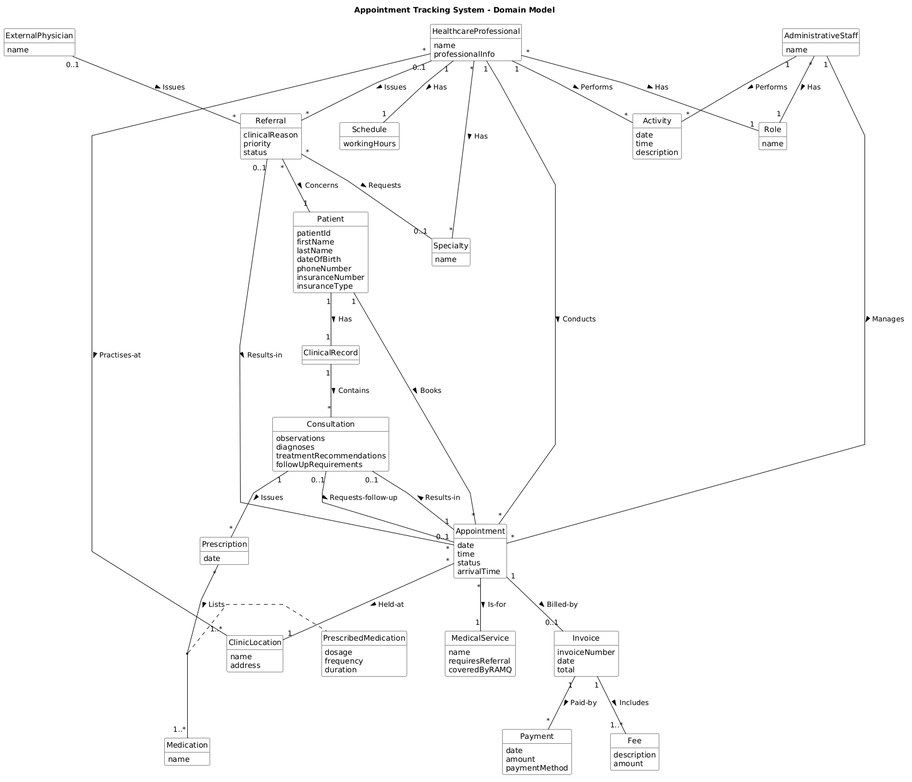
Earlier version of the PlantUML export artifacts/domain_model.png (Adambench/Soen-342-Project).
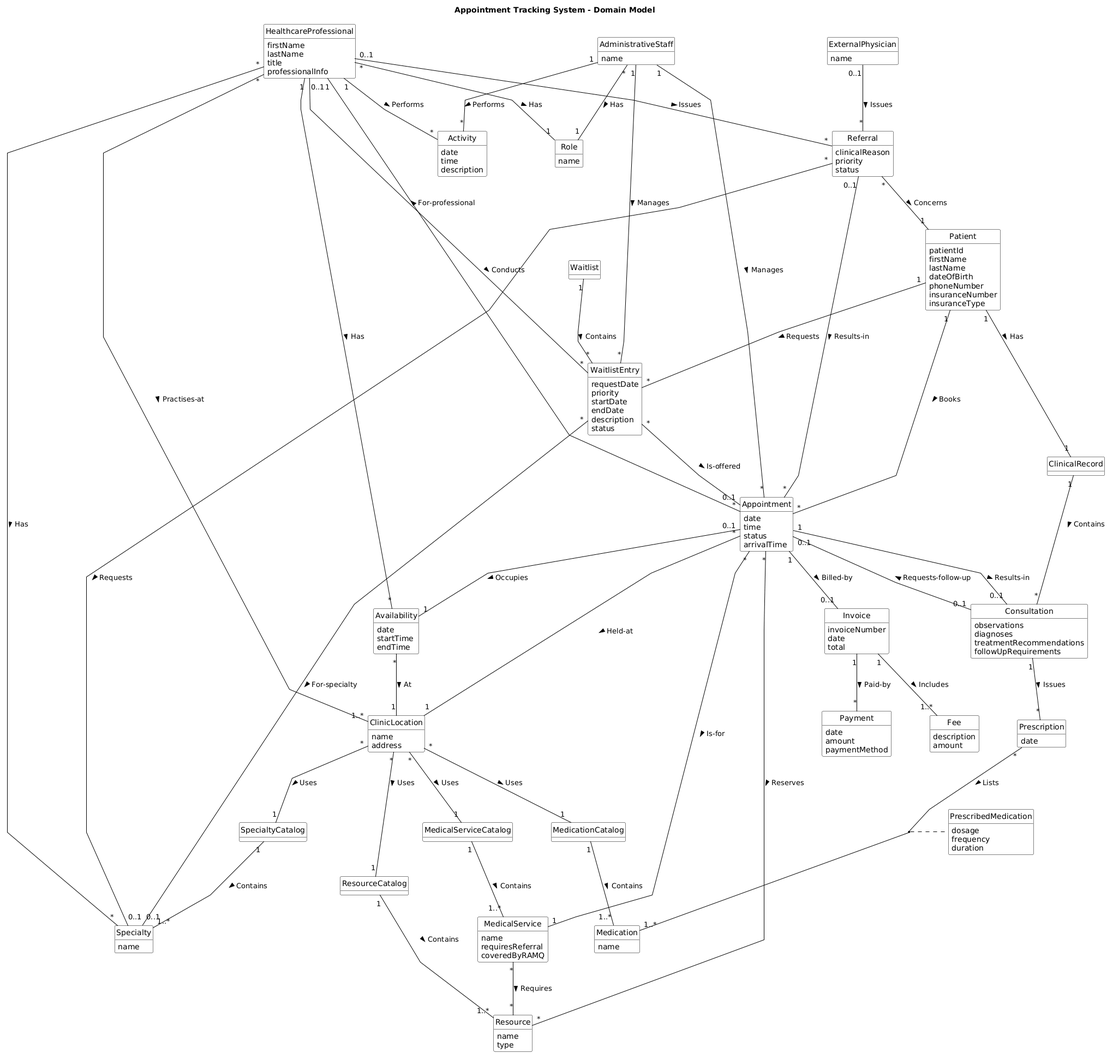
After the commit.

Change to the diagram source:
```diff
@@ -24,7 +24,9 @@
 }
 
 class HealthcareProfessional {
-  name
+  firstName
+  lastName
+  title
   professionalInfo
 }
 
@@ -45,8 +47,10 @@
   address
 }
 
-class Schedule {
-  workingHours
+class Availability {
+  date
+  startTime
+  endTime
 }
 
 class MedicalService {
@@ -108,6 +112,27 @@
   paymentMethod
 }
 
+class MedicalServiceCatalog
+class MedicationCatalog
+class SpecialtyCatalog
+class ResourceCatalog
+
+class Resource {
+  name
+  type
+}
+
+class Waitlist
+
+class WaitlistEntry {
+  requestDate
+  priority
+  startDate
+  endDate
+  description
+  status
+}
+
 class Role {
   name
 }
@@ -126,7 +151,9 @@
 
 HealthcareProfessional "*" -- "1..*" ClinicLocation : Practises-at >
 HealthcareProfessional "*" -- "*" Specialty : Has >
-HealthcareProfessional "1" -- "1" Schedule : Has >
+HealthcareProfessional "1" -- "*" Availability : Has >
+Availability "*" -- "1" ClinicLocation : At >
+Appointment "0..1" -- "1" Availability : Occupies >
 
 Appointment "1" -- "0..1" Consultation : Results-in >
 Patient "1" -- "1" ClinicalRecord : Has >
@@ -150,4 +177,23 @@
 AdministrativeStaff "*" -- "1" Role : Has >
 HealthcareProfessional "1" -- "*" Activity : Performs >
 AdministrativeStaff "1" -- "*" Activity : Performs >
+
+ClinicLocation "*" -- "1" MedicalServiceCatalog : Uses >
+ClinicLocation "*" -- "1" MedicationCatalog : Uses >
+ClinicLocation "*" -- "1" SpecialtyCatalog : Uses >
+ClinicLocation "*" -- "1" ResourceCatalog : Uses >
+MedicalServiceCatalog "1" -- "1..*" MedicalService : Contains >
+MedicationCatalog "1" -- "1..*" Medication : Contains >
+SpecialtyCatalog "1" -- "1..*" Specialty : Contains >
+ResourceCatalog "1" -- "1..*" Resource : Contains >
+
+MedicalService "*" -- "*" Resource : Requires >
+Appointment "*" -- "*" Resource : Reserves >
+
+Waitlist "1" -- "*" WaitlistEntry : Contains >
+Patient "1" -- "*" WaitlistEntry : Requests >
+WaitlistEntry "*" -- "0..1" HealthcareProfessional : For-professional >
+WaitlistEntry "*" -- "0..1" Specialty : For-specialty >
+WaitlistEntry "*" -- "0..1" Appointment : Is-offered >
+AdministrativeStaff "1" -- "*" WaitlistEntry : Manages >
 @enduml
```
